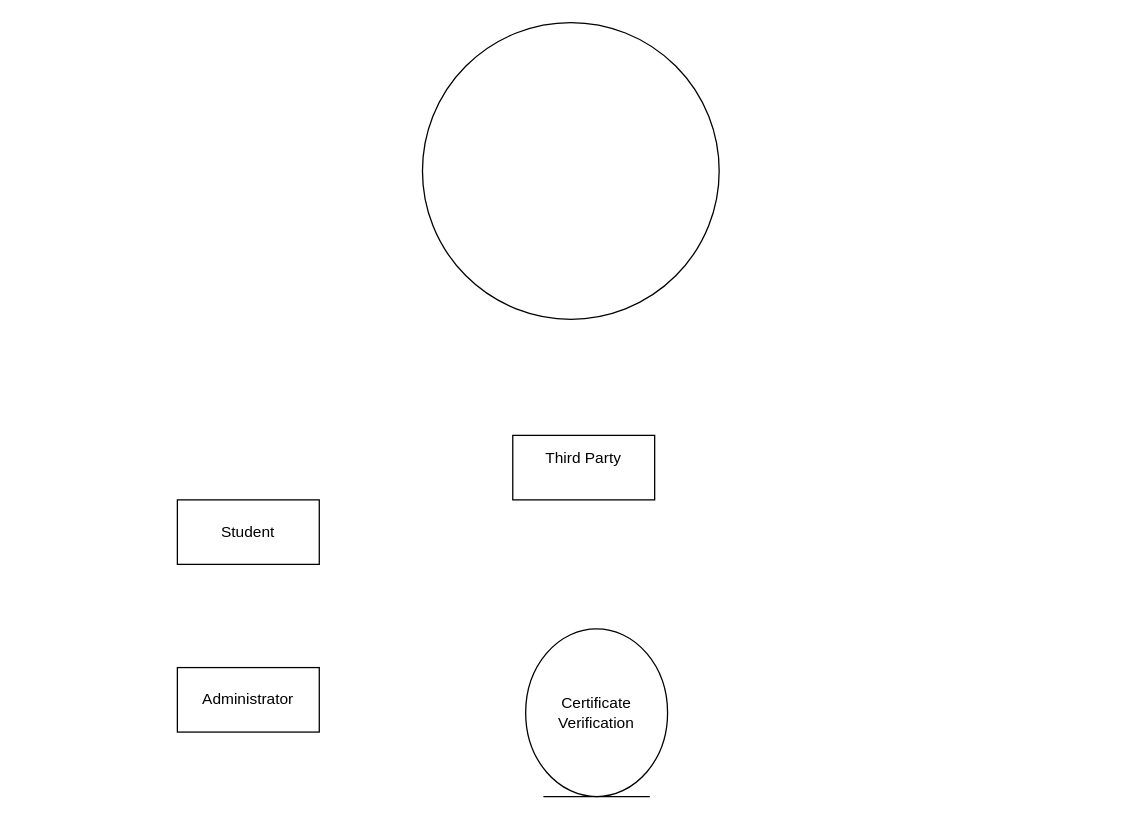
This is Context.drawio from SifisoMzansi/architecture-diagrams, a draw.io file, before an edit. Source tidied: cells renumbered, new cells numbered last; positions are measured from the earlier drawing's top-left corner, leaving out a move shared by most shapes. Both pictures are drawn from the tidied source at 129%, with x=0, y=0 at pixel (177, 22).
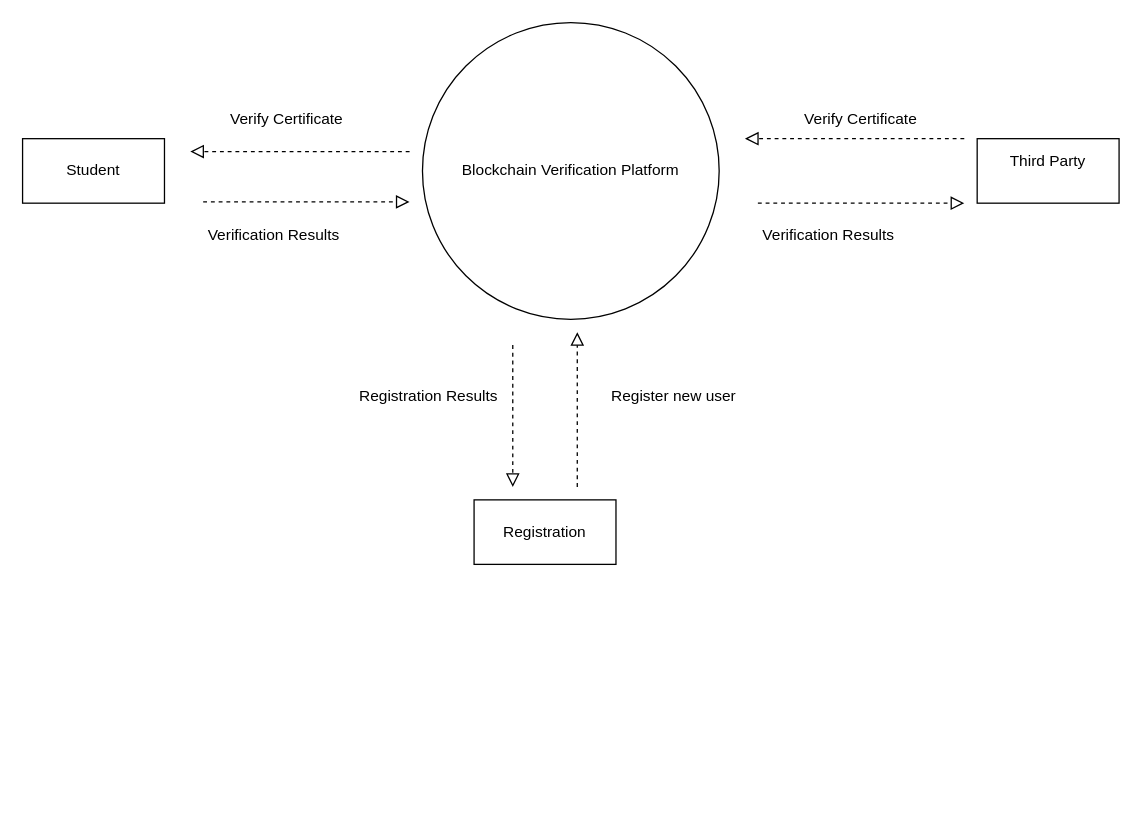
The same page after the edit.

The edit, as a diff of the source:
```diff
@@
-    <mxCell id="2" style="ellipse;whiteSpace=wrap;html=1;" parent="1" vertex="1">
+    <mxCell id="2" value="Blockchain Verification Platform" style="ellipse;whiteSpace=wrap;html=1;" parent="1" vertex="1">
       <mxGeometry x="190" width="230" height="230" as="geometry" />
     </mxCell>
-    <mxCell id="3" value="Certificate Verification" style="ellipse;shape=umlEntity;whiteSpace=wrap;html=1;" parent="1" vertex="1">
-      <mxGeometry x="270" y="470" width="110" height="130" as="geometry" />
-    </mxCell>
     <mxCell id="4" value="Student" style="html=1;whiteSpace=wrap;" parent="1" vertex="1">
-      <mxGeometry y="370" width="110" height="50" as="geometry" />
+      <mxGeometry x="-120" y="90" width="110" height="50" as="geometry" />
     </mxCell>
     <mxCell id="5" value="Third Party&lt;div&gt;&lt;br&gt;&lt;/div&gt;" style="html=1;whiteSpace=wrap;" parent="1" vertex="1">
-      <mxGeometry x="260" y="320" width="110" height="50" as="geometry" />
+      <mxGeometry x="620" y="90" width="110" height="50" as="geometry" />
     </mxCell>
-    <mxCell id="6" value="Administrator" style="html=1;whiteSpace=wrap;" parent="1" vertex="1">
-      <mxGeometry y="500" width="110" height="50" as="geometry" />
+    <mxCell id="6" value="Registration" style="html=1;whiteSpace=wrap;" parent="1" vertex="1">
+      <mxGeometry x="230" y="370" width="110" height="50" as="geometry" />
     </mxCell>
+    <mxCell id="7" style="endArrow=block;startArrow=none;endFill=0;startFill=0;endSize=8;html=1;verticalAlign=bottom;dashed=1;labelBackgroundColor=none;rounded=0;" parent="1" edge="1">
+      <mxGeometry relative="1" as="geometry">
+        <mxPoint x="610" y="90" as="sourcePoint" />
+        <mxPoint x="440" y="90" as="targetPoint" />
+      </mxGeometry>
+    </mxCell>
+    <mxCell id="8" value="Verification Results" style="text;html=1;align=center;verticalAlign=middle;whiteSpace=wrap;rounded=0;" parent="1" vertex="1">
+      <mxGeometry x="440" y="150" width="130" height="30" as="geometry" />
+    </mxCell>
+    <mxCell id="9" style="endArrow=block;startArrow=none;endFill=0;startFill=0;endSize=8;html=1;verticalAlign=bottom;dashed=1;labelBackgroundColor=none;rounded=0;" parent="1" edge="1">
+      <mxGeometry relative="1" as="geometry">
+        <mxPoint x="450" y="140" as="sourcePoint" />
+        <mxPoint x="610" y="140" as="targetPoint" />
+      </mxGeometry>
+    </mxCell>
+    <mxCell id="10" value="Verify Certificate" style="text;html=1;align=center;verticalAlign=middle;whiteSpace=wrap;rounded=0;" parent="1" vertex="1">
+      <mxGeometry x="460" y="60" width="140" height="30" as="geometry" />
+    </mxCell>
+    <mxCell id="11" style="endArrow=block;startArrow=none;endFill=0;startFill=0;endSize=8;html=1;verticalAlign=bottom;dashed=1;labelBackgroundColor=none;rounded=0;" parent="1" edge="1">
+      <mxGeometry relative="1" as="geometry">
+        <mxPoint x="20" y="139" as="sourcePoint" />
+        <mxPoint x="180" y="139" as="targetPoint" />
+      </mxGeometry>
+    </mxCell>
+    <mxCell id="12" style="endArrow=block;startArrow=none;endFill=0;startFill=0;endSize=8;html=1;verticalAlign=bottom;dashed=1;labelBackgroundColor=none;rounded=0;" parent="1" edge="1">
+      <mxGeometry relative="1" as="geometry">
+        <mxPoint x="180" y="100" as="sourcePoint" />
+        <mxPoint x="10" y="100" as="targetPoint" />
+      </mxGeometry>
+    </mxCell>
+    <mxCell id="13" value="Verify Certificate" style="text;html=1;align=center;verticalAlign=middle;whiteSpace=wrap;rounded=0;" parent="1" vertex="1">
+      <mxGeometry x="20" y="60" width="130" height="30" as="geometry" />
+    </mxCell>
+    <mxCell id="14" value="Verification Results" style="text;html=1;align=center;verticalAlign=middle;whiteSpace=wrap;rounded=0;" parent="1" vertex="1">
+      <mxGeometry x="10" y="150" width="130" height="30" as="geometry" />
+    </mxCell>
+    <mxCell id="15" style="endArrow=block;startArrow=none;endFill=0;startFill=0;endSize=8;html=1;verticalAlign=bottom;dashed=1;labelBackgroundColor=none;rounded=0;" parent="1" edge="1">
+      <mxGeometry relative="1" as="geometry">
+        <mxPoint x="310" y="360" as="sourcePoint" />
+        <mxPoint x="310" y="240" as="targetPoint" />
+      </mxGeometry>
+    </mxCell>
+    <mxCell id="16" value="Register new user" style="text;html=1;align=center;verticalAlign=middle;whiteSpace=wrap;rounded=0;" parent="1" vertex="1">
+      <mxGeometry x="320" y="275" width="130" height="30" as="geometry" />
+    </mxCell>
+    <mxCell id="17" style="endArrow=block;startArrow=none;endFill=0;startFill=0;endSize=8;html=1;verticalAlign=bottom;dashed=1;labelBackgroundColor=none;rounded=0;" parent="1" edge="1">
+      <mxGeometry relative="1" as="geometry">
+        <mxPoint x="260" y="250" as="sourcePoint" />
+        <mxPoint x="260" y="360" as="targetPoint" />
+      </mxGeometry>
+    </mxCell>
+    <mxCell id="18" value="Registration Results" style="text;html=1;align=center;verticalAlign=middle;whiteSpace=wrap;rounded=0;" parent="1" vertex="1">
+      <mxGeometry x="130" y="275" width="130" height="30" as="geometry" />
+    </mxCell>
```
